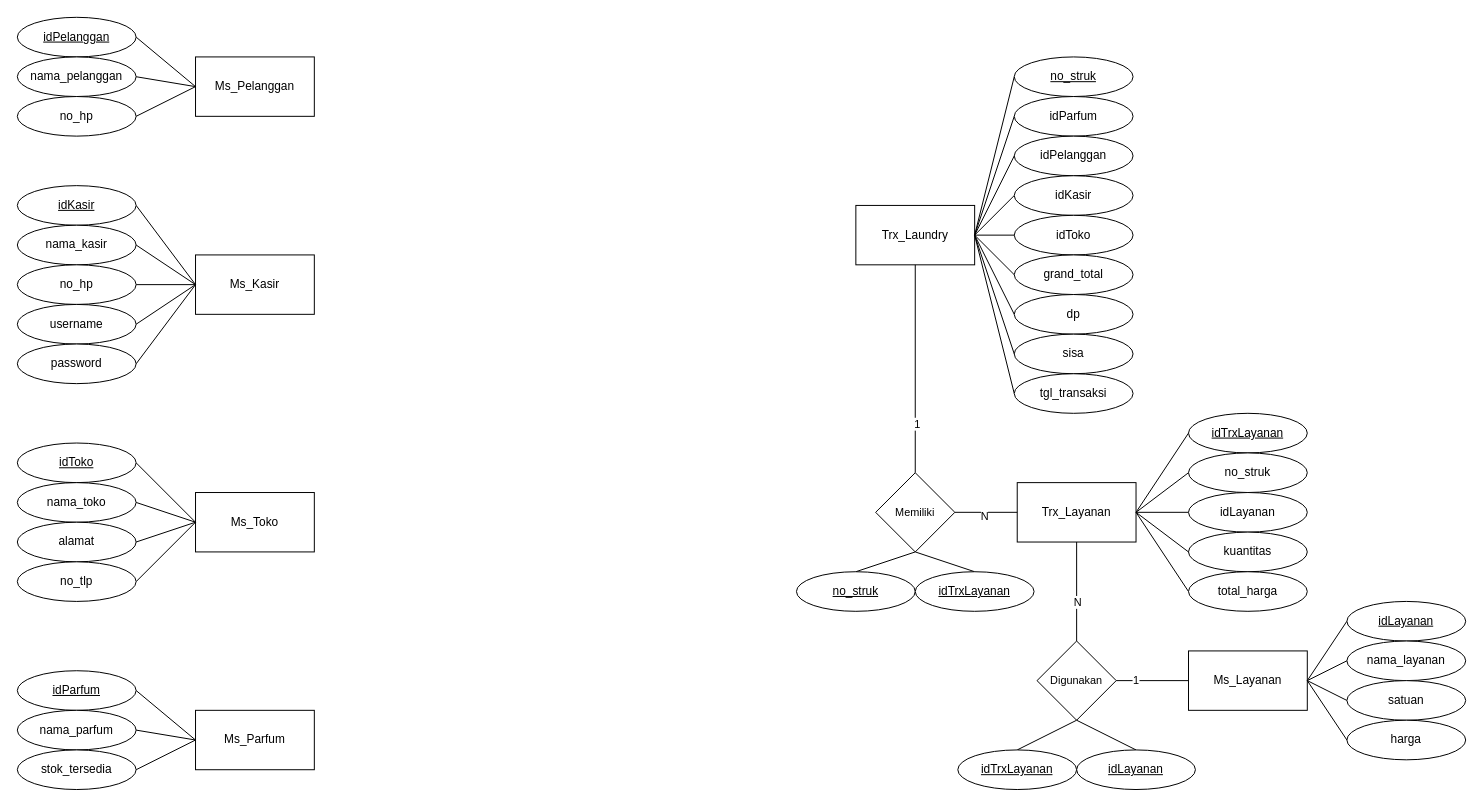
xnoname2003/flowchart keeps this draw.io diagram as ERD-BestLaundry.drawio. Above is the earlier version. Source tidied: cells renumbered, new cells numbered last; positions are measured from the earlier drawing's top-left corner, leaving out a move shared by most shapes. Both pictures are drawn from the tidied source at 99%, with x=0, y=0 at pixel (17, 17).
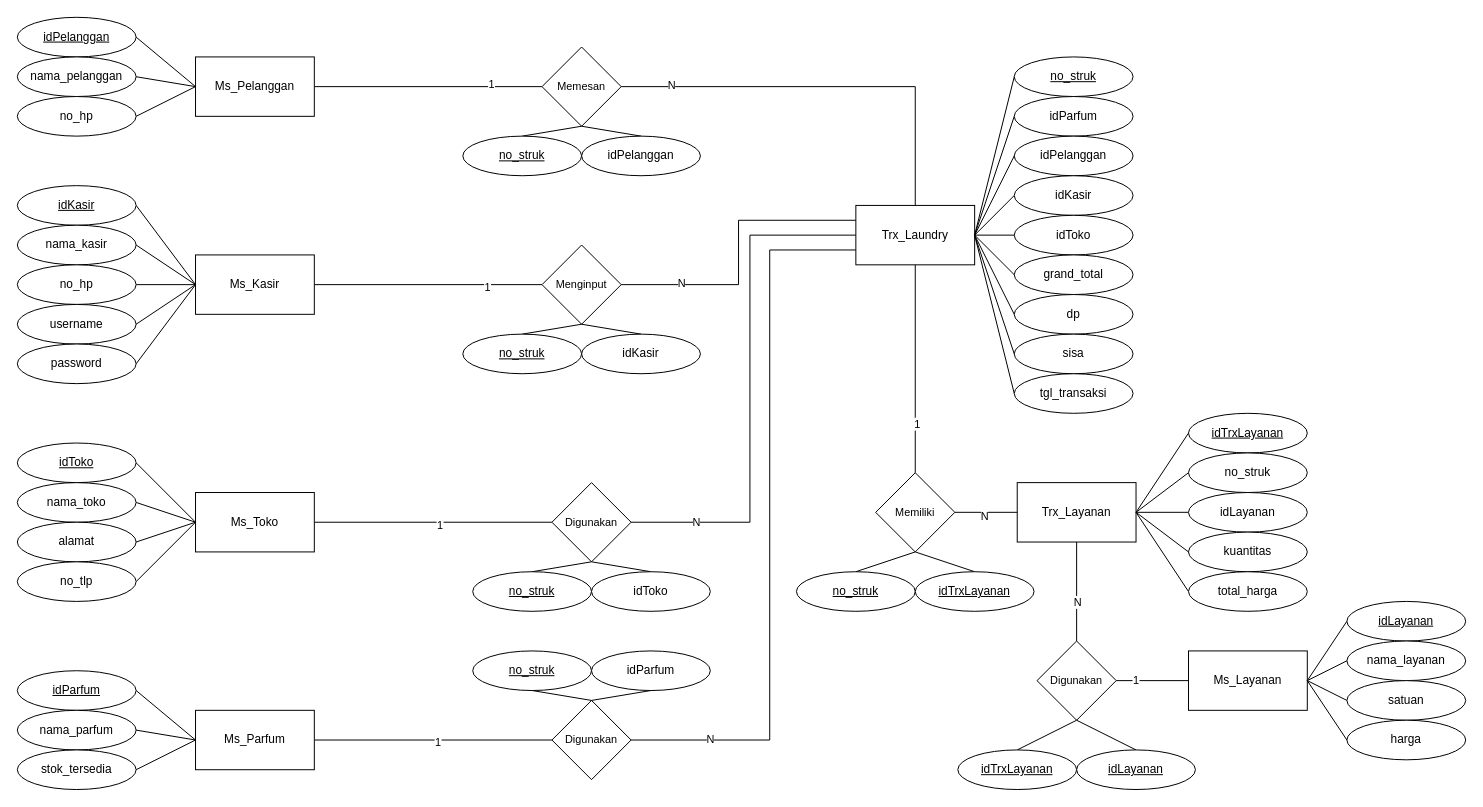
After the change.

Unchanged cells that the change refers to:
```xml
<mxCell id="2" value="Ms_Pelanggan" style="rounded=0;whiteSpace=wrap;html=1;" parent="1" vertex="1">
  <mxGeometry x="180" y="40" width="120" height="60" as="geometry" />
</mxCell>
<mxCell id="9" value="Ms_Kasir" style="rounded=0;whiteSpace=wrap;html=1;" parent="1" vertex="1">
  <mxGeometry x="180" y="240" width="120" height="60" as="geometry" />
</mxCell>
<mxCell id="20" value="Ms_Toko" style="rounded=0;whiteSpace=wrap;html=1;" parent="1" vertex="1">
  <mxGeometry x="180" y="480" width="120" height="60" as="geometry" />
</mxCell>
<mxCell id="29" value="Ms_Parfum" style="rounded=0;whiteSpace=wrap;html=1;" parent="1" vertex="1">
  <mxGeometry x="180" y="700" width="120" height="60" as="geometry" />
</mxCell>
<mxCell id="36" value="Trx_Laundry" style="rounded=0;whiteSpace=wrap;html=1;" parent="1" vertex="1">
  <mxGeometry x="847" y="190" width="120" height="60" as="geometry" />
</mxCell>
```

Change to the diagram source:
```diff
@@
+    <mxCell id="93" style="edgeStyle=none;shape=connector;rounded=0;jettySize=auto;html=1;exitX=1;exitY=0.5;exitDx=0;exitDy=0;entryX=0;entryY=0.5;entryDx=0;entryDy=0;strokeColor=default;align=center;verticalAlign=middle;fontFamily=Helvetica;fontSize=11;fontColor=default;labelBackgroundColor=default;endArrow=none;endFill=0;" parent="1" edge="1" source="2" target="103">
+      <mxGeometry relative="1" as="geometry" />
+    </mxCell>
+    <mxCell id="94" value="1" style="edgeLabel;html=1;align=center;verticalAlign=middle;fontFamily=Helvetica;fontSize=11;fontColor=default;labelBackgroundColor=default;" parent="93" vertex="1">
+      <mxGeometry x="0.55" y="3" relative="1" as="geometry" />
+    </mxCell>
@@
+    <mxCell id="95" style="edgeStyle=none;shape=connector;rounded=0;jettySize=auto;html=1;exitX=1;exitY=0.5;exitDx=0;exitDy=0;entryX=0;entryY=0.5;entryDx=0;entryDy=0;strokeColor=default;align=center;verticalAlign=middle;fontFamily=Helvetica;fontSize=11;fontColor=default;labelBackgroundColor=default;endArrow=none;endFill=0;" parent="1" edge="1" source="9" target="110">
+      <mxGeometry relative="1" as="geometry" />
+    </mxCell>
+    <mxCell id="96" value="1" style="edgeLabel;html=1;align=center;verticalAlign=middle;fontFamily=Helvetica;fontSize=11;fontColor=default;labelBackgroundColor=default;" parent="95" vertex="1">
+      <mxGeometry x="0.51" y="-2" relative="1" as="geometry" />
+    </mxCell>
@@
+    <mxCell id="97" style="edgeStyle=none;shape=connector;rounded=0;jettySize=auto;html=1;exitX=1;exitY=0.5;exitDx=0;exitDy=0;entryX=0;entryY=0.5;entryDx=0;entryDy=0;strokeColor=default;align=center;verticalAlign=middle;fontFamily=Helvetica;fontSize=11;fontColor=default;labelBackgroundColor=default;endArrow=none;endFill=0;" parent="1" edge="1" source="20" target="117">
+      <mxGeometry relative="1" as="geometry" />
+    </mxCell>
+    <mxCell id="98" value="1" style="edgeLabel;html=1;align=center;verticalAlign=middle;fontFamily=Helvetica;fontSize=11;fontColor=default;labelBackgroundColor=default;" parent="97" vertex="1">
+      <mxGeometry x="0.05" y="-2" relative="1" as="geometry" />
+    </mxCell>
@@
+    <mxCell id="99" style="edgeStyle=none;shape=connector;rounded=0;jettySize=auto;html=1;exitX=1;exitY=0.5;exitDx=0;exitDy=0;entryX=0;entryY=0.5;entryDx=0;entryDy=0;strokeColor=default;align=center;verticalAlign=middle;fontFamily=Helvetica;fontSize=11;fontColor=default;labelBackgroundColor=default;endArrow=none;endFill=0;" parent="1" edge="1" source="29" target="124">
+      <mxGeometry relative="1" as="geometry" />
+    </mxCell>
+    <mxCell id="100" value="1" style="edgeLabel;html=1;align=center;verticalAlign=middle;fontFamily=Helvetica;fontSize=11;fontColor=default;labelBackgroundColor=default;" parent="99" vertex="1">
+      <mxGeometry x="0.03" y="-2" relative="1" as="geometry" />
+    </mxCell>
@@
+    <mxCell id="101" style="edgeStyle=orthogonalEdgeStyle;shape=connector;rounded=0;jettySize=auto;html=1;exitX=1;exitY=0.5;exitDx=0;exitDy=0;entryX=0.5;entryY=0;entryDx=0;entryDy=0;strokeColor=default;align=center;verticalAlign=middle;fontFamily=Helvetica;fontSize=11;fontColor=default;labelBackgroundColor=default;endArrow=none;endFill=0;" parent="1" edge="1" source="103" target="36">
+      <mxGeometry relative="1" as="geometry" />
+    </mxCell>
+    <mxCell id="102" value="N" style="edgeLabel;html=1;align=center;verticalAlign=middle;fontFamily=Helvetica;fontSize=11;fontColor=default;labelBackgroundColor=default;" parent="101" vertex="1">
+      <mxGeometry x="-0.76" y="2" relative="1" as="geometry" />
+    </mxCell>
+    <mxCell id="103" value="Memesan" style="rhombus;whiteSpace=wrap;html=1;fontFamily=Helvetica;fontSize=11;fontColor=default;labelBackgroundColor=default;" parent="1" vertex="1">
+      <mxGeometry x="530" y="30" width="80" height="80" as="geometry" />
+    </mxCell>
+    <mxCell id="104" style="edgeStyle=none;shape=connector;rounded=0;jettySize=auto;html=1;exitX=0.5;exitY=0;exitDx=0;exitDy=0;entryX=0.5;entryY=1;entryDx=0;entryDy=0;strokeColor=default;align=center;verticalAlign=middle;fontFamily=Helvetica;fontSize=11;fontColor=default;labelBackgroundColor=default;endArrow=none;endFill=0;" parent="1" edge="1" source="105" target="103">
+      <mxGeometry relative="1" as="geometry" />
+    </mxCell>
+    <mxCell id="105" value="&lt;u&gt;no_struk&lt;/u&gt;" style="ellipse;whiteSpace=wrap;html=1;" parent="1" vertex="1">
+      <mxGeometry x="450" y="120" width="120" height="40" as="geometry" />
+    </mxCell>
+    <mxCell id="106" style="edgeStyle=none;shape=connector;rounded=0;jettySize=auto;html=1;exitX=0.5;exitY=0;exitDx=0;exitDy=0;entryX=0.5;entryY=1;entryDx=0;entryDy=0;strokeColor=default;align=center;verticalAlign=middle;fontFamily=Helvetica;fontSize=11;fontColor=default;labelBackgroundColor=default;endArrow=none;endFill=0;" parent="1" edge="1" source="107" target="103">
+      <mxGeometry relative="1" as="geometry" />
+    </mxCell>
+    <mxCell id="107" value="idPelanggan" style="ellipse;whiteSpace=wrap;html=1;" parent="1" vertex="1">
+      <mxGeometry x="570" y="120" width="120" height="40" as="geometry" />
+    </mxCell>
+    <mxCell id="108" style="edgeStyle=orthogonalEdgeStyle;shape=connector;rounded=0;jettySize=auto;html=1;exitX=1;exitY=0.5;exitDx=0;exitDy=0;entryX=0;entryY=0.25;entryDx=0;entryDy=0;strokeColor=default;align=center;verticalAlign=middle;fontFamily=Helvetica;fontSize=11;fontColor=default;labelBackgroundColor=default;endArrow=none;endFill=0;" parent="1" edge="1" source="110" target="36">
+      <mxGeometry relative="1" as="geometry" />
+    </mxCell>
+    <mxCell id="109" value="N" style="edgeLabel;html=1;align=center;verticalAlign=middle;fontFamily=Helvetica;fontSize=11;fontColor=default;labelBackgroundColor=default;" parent="108" vertex="1">
+      <mxGeometry x="-0.6" y="2" relative="1" as="geometry" />
+    </mxCell>
+    <mxCell id="110" value="Menginput" style="rhombus;whiteSpace=wrap;html=1;fontFamily=Helvetica;fontSize=11;fontColor=default;labelBackgroundColor=default;" parent="1" vertex="1">
+      <mxGeometry x="530" y="230" width="80" height="80" as="geometry" />
+    </mxCell>
+    <mxCell id="111" style="edgeStyle=none;shape=connector;rounded=0;jettySize=auto;html=1;exitX=0.5;exitY=0;exitDx=0;exitDy=0;entryX=0.5;entryY=1;entryDx=0;entryDy=0;strokeColor=default;align=center;verticalAlign=middle;fontFamily=Helvetica;fontSize=11;fontColor=default;labelBackgroundColor=default;endArrow=none;endFill=0;" parent="1" edge="1" source="112" target="110">
+      <mxGeometry relative="1" as="geometry" />
+    </mxCell>
+    <mxCell id="112" value="&lt;u&gt;no_struk&lt;/u&gt;" style="ellipse;whiteSpace=wrap;html=1;" parent="1" vertex="1">
+      <mxGeometry x="450" y="320" width="120" height="40" as="geometry" />
+    </mxCell>
+    <mxCell id="113" style="edgeStyle=none;shape=connector;rounded=0;jettySize=auto;html=1;exitX=0.5;exitY=0;exitDx=0;exitDy=0;entryX=0.5;entryY=1;entryDx=0;entryDy=0;strokeColor=default;align=center;verticalAlign=middle;fontFamily=Helvetica;fontSize=11;fontColor=default;labelBackgroundColor=default;endArrow=none;endFill=0;" parent="1" edge="1" source="114" target="110">
+      <mxGeometry relative="1" as="geometry" />
+    </mxCell>
+    <mxCell id="114" value="idKasir" style="ellipse;whiteSpace=wrap;html=1;" parent="1" vertex="1">
+      <mxGeometry x="570" y="320" width="120" height="40" as="geometry" />
+    </mxCell>
+    <mxCell id="115" style="edgeStyle=orthogonalEdgeStyle;shape=connector;rounded=0;jettySize=auto;html=1;exitX=1;exitY=0.5;exitDx=0;exitDy=0;entryX=0;entryY=0.5;entryDx=0;entryDy=0;strokeColor=default;align=center;verticalAlign=middle;fontFamily=Helvetica;fontSize=11;fontColor=default;labelBackgroundColor=default;endArrow=none;endFill=0;" parent="1" edge="1" source="117" target="36">
+      <mxGeometry relative="1" as="geometry">
+        <Array as="points">
+          <mxPoint x="740" y="510" />
+          <mxPoint x="740" y="220" />
+        </Array>
+      </mxGeometry>
+    </mxCell>
+    <mxCell id="116" value="N" style="edgeLabel;html=1;align=center;verticalAlign=middle;fontFamily=Helvetica;fontSize=11;fontColor=default;labelBackgroundColor=default;" parent="115" vertex="1">
+      <mxGeometry x="-0.75" y="1" relative="1" as="geometry" />
+    </mxCell>
+    <mxCell id="117" value="Digunakan" style="rhombus;whiteSpace=wrap;html=1;fontFamily=Helvetica;fontSize=11;fontColor=default;labelBackgroundColor=default;" parent="1" vertex="1">
+      <mxGeometry x="540" y="470" width="80" height="80" as="geometry" />
+    </mxCell>
+    <mxCell id="118" style="edgeStyle=none;shape=connector;rounded=0;jettySize=auto;html=1;exitX=0.5;exitY=0;exitDx=0;exitDy=0;entryX=0.5;entryY=1;entryDx=0;entryDy=0;strokeColor=default;align=center;verticalAlign=middle;fontFamily=Helvetica;fontSize=11;fontColor=default;labelBackgroundColor=default;endArrow=none;endFill=0;" parent="1" edge="1" source="119" target="117">
+      <mxGeometry relative="1" as="geometry" />
+    </mxCell>
+    <mxCell id="119" value="&lt;u&gt;no_struk&lt;/u&gt;" style="ellipse;whiteSpace=wrap;html=1;" parent="1" vertex="1">
+      <mxGeometry x="460" y="560" width="120" height="40" as="geometry" />
+    </mxCell>
+    <mxCell id="120" style="edgeStyle=none;shape=connector;rounded=0;jettySize=auto;html=1;exitX=0.5;exitY=0;exitDx=0;exitDy=0;entryX=0.5;entryY=1;entryDx=0;entryDy=0;strokeColor=default;align=center;verticalAlign=middle;fontFamily=Helvetica;fontSize=11;fontColor=default;labelBackgroundColor=default;endArrow=none;endFill=0;" parent="1" edge="1" source="121" target="117">
+      <mxGeometry relative="1" as="geometry" />
+    </mxCell>
+    <mxCell id="121" value="idToko" style="ellipse;whiteSpace=wrap;html=1;" parent="1" vertex="1">
+      <mxGeometry x="580" y="560" width="120" height="40" as="geometry" />
+    </mxCell>
+    <mxCell id="122" style="edgeStyle=orthogonalEdgeStyle;shape=connector;rounded=0;jettySize=auto;html=1;exitX=1;exitY=0.5;exitDx=0;exitDy=0;strokeColor=default;align=center;verticalAlign=middle;fontFamily=Helvetica;fontSize=11;fontColor=default;labelBackgroundColor=default;endArrow=none;endFill=0;entryX=0;entryY=0.75;entryDx=0;entryDy=0;" parent="1" edge="1" source="124" target="36">
+      <mxGeometry relative="1" as="geometry">
+        <Array as="points">
+          <mxPoint x="760" y="730" />
+          <mxPoint x="760" y="235" />
+        </Array>
+      </mxGeometry>
+    </mxCell>
+    <mxCell id="123" value="N" style="edgeLabel;html=1;align=center;verticalAlign=middle;fontFamily=Helvetica;fontSize=11;fontColor=default;labelBackgroundColor=default;" parent="122" vertex="1">
+      <mxGeometry x="-0.78" y="1" relative="1" as="geometry" />
+    </mxCell>
+    <mxCell id="124" value="Digunakan" style="rhombus;whiteSpace=wrap;html=1;fontFamily=Helvetica;fontSize=11;fontColor=default;labelBackgroundColor=default;" parent="1" vertex="1">
+      <mxGeometry x="540" y="690" width="80" height="80" as="geometry" />
+    </mxCell>
+    <mxCell id="125" style="edgeStyle=none;shape=connector;rounded=0;jettySize=auto;html=1;exitX=0.5;exitY=1;exitDx=0;exitDy=0;strokeColor=default;align=center;verticalAlign=middle;fontFamily=Helvetica;fontSize=11;fontColor=default;labelBackgroundColor=default;endArrow=none;endFill=0;" parent="1" edge="1" source="126">
+      <mxGeometry relative="1" as="geometry">
+        <mxPoint x="580" y="690" as="targetPoint" />
+      </mxGeometry>
+    </mxCell>
+    <mxCell id="126" value="&lt;u&gt;no_struk&lt;/u&gt;" style="ellipse;whiteSpace=wrap;html=1;" parent="1" vertex="1">
+      <mxGeometry x="460" y="640" width="120" height="40" as="geometry" />
+    </mxCell>
+    <mxCell id="127" style="edgeStyle=none;shape=connector;rounded=0;jettySize=auto;html=1;exitX=0.5;exitY=1;exitDx=0;exitDy=0;entryX=0.5;entryY=0;entryDx=0;entryDy=0;strokeColor=default;align=center;verticalAlign=middle;fontFamily=Helvetica;fontSize=11;fontColor=default;labelBackgroundColor=default;endArrow=none;endFill=0;" parent="1" edge="1" source="128" target="124">
+      <mxGeometry relative="1" as="geometry" />
+    </mxCell>
+    <mxCell id="128" value="idParfum" style="ellipse;whiteSpace=wrap;html=1;" parent="1" vertex="1">
+      <mxGeometry x="580" y="640" width="120" height="40" as="geometry" />
+    </mxCell>
```
